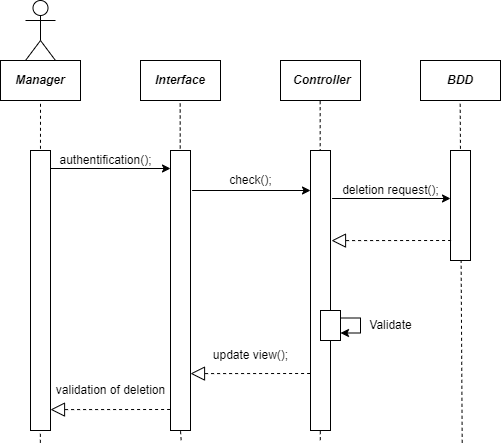
Above: Diagrammes/diag séquence personnel delete.png in pierre1316/Projet-POO-CPP-CLI (draw.io), before the change. Source tidied: cells renumbered, new cells last; positions are measured from the earlier drawing's top-left corner, leaving out a move shared by most shapes.
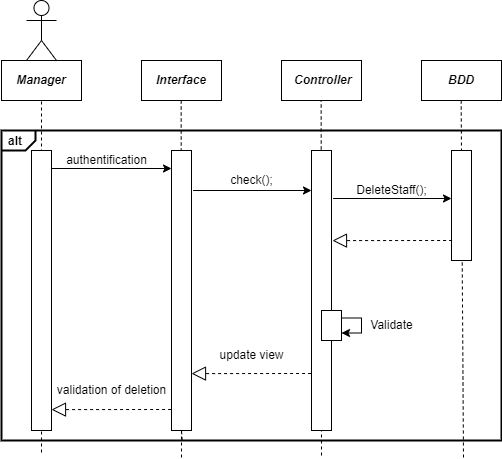
Above is the later version.

Diff of the diagram source:
```diff
@@ -2,6 +2,9 @@
   <root>
     <mxCell id="0" />
     <mxCell id="1" parent="0" />
+    <mxCell id="30" value="&lt;p style=&quot;margin:0px;margin-top:4px;margin-left:7px;text-align:left;&quot;&gt;&lt;b&gt;alt&lt;/b&gt;&lt;/p&gt;" style="html=1;shape=mxgraph.sysml.package;overflow=fill;labelX=34.4;strokeWidth=2;align=center;fillColor=none;" parent="1" vertex="1">
+      <mxGeometry y="130" width="500" height="310" as="geometry" />
+    </mxCell>
     <mxCell id="2" value="&lt;p style=&quot;margin:13px;&quot;&gt;&lt;b&gt;&lt;i&gt;Manager&lt;/i&gt;&lt;/b&gt;&lt;/p&gt;" style="shape=rect;html=1;overflow=fill;whiteSpace=wrap;align=center;fillColor=none;" parent="1" vertex="1">
       <mxGeometry y="60" width="80" height="40" as="geometry" />
     </mxCell>
@@ -14,19 +17,20 @@
     <mxCell id="5" value="&lt;p style=&quot;margin:13px;&quot;&gt;&lt;b&gt;&lt;i&gt;Controller&lt;/i&gt;&lt;/b&gt;&lt;/p&gt;" style="shape=rect;html=1;overflow=fill;whiteSpace=wrap;align=center;fillColor=none;" parent="1" vertex="1">
       <mxGeometry x="280" y="60" width="80" height="40" as="geometry" />
     </mxCell>
-    <mxCell id="6" style="endArrow=none;dashed=1;html=1;rounded=0;entryX=0.5;entryY=1;entryDx=0;entryDy=0;exitX=0.127;exitY=1.007;exitDx=0;exitDy=0;exitPerimeter=0;" parent="1" edge="1" target="2">
+    <mxCell id="6" style="endArrow=none;dashed=1;html=1;rounded=0;entryX=0.5;entryY=1;entryDx=0;entryDy=0;" parent="1" edge="1" target="2">
       <mxGeometry relative="1" as="geometry">
-        <mxPoint x="39.8" y="442.3" as="sourcePoint" />
+        <mxPoint x="40" y="452" as="sourcePoint" />
       </mxGeometry>
     </mxCell>
-    <mxCell id="7" style="endArrow=none;dashed=1;html=1;rounded=0;entryX=0.5;entryY=1;entryDx=0;entryDy=0;exitX=0.5;exitY=1;exitDx=0;exitDy=0;startArrow=none;" parent="1" edge="1" source="10">
+    <mxCell id="7" style="endArrow=none;dashed=1;html=1;rounded=0;entryX=0.5;entryY=1;entryDx=0;entryDy=0;startArrow=none;" parent="1" edge="1">
       <mxGeometry relative="1" as="geometry">
+        <mxPoint x="180" y="457" as="sourcePoint" />
         <mxPoint x="179.7" y="100" as="targetPoint" />
       </mxGeometry>
     </mxCell>
-    <mxCell id="8" style="endArrow=none;dashed=1;html=1;rounded=0;entryX=0.5;entryY=1;entryDx=0;entryDy=0;exitX=0.636;exitY=0.999;exitDx=0;exitDy=0;exitPerimeter=0;" parent="1" edge="1">
+    <mxCell id="8" style="endArrow=none;dashed=1;html=1;rounded=0;entryX=0.5;entryY=1;entryDx=0;entryDy=0;" parent="1" edge="1">
       <mxGeometry relative="1" as="geometry">
-        <mxPoint x="319.8" y="439.7" as="sourcePoint" />
+        <mxPoint x="320" y="455" as="sourcePoint" />
         <mxPoint x="319.7" y="100" as="targetPoint" />
       </mxGeometry>
     </mxCell>
@@ -50,8 +54,8 @@
         <mxPoint x="170" y="168" as="targetPoint" />
       </mxGeometry>
     </mxCell>
-    <mxCell id="14" value="authentification();" style="text;html=1;align=center;verticalAlign=middle;strokeColor=none;fillColor=none;" parent="1" vertex="1">
-      <mxGeometry x="50" y="150" width="110" height="20" as="geometry" />
+    <mxCell id="14" value="authentification" style="text;html=1;align=center;verticalAlign=middle;strokeColor=none;fillColor=none;" parent="1" vertex="1">
+      <mxGeometry x="55" y="145" width="100" height="30" as="geometry" />
     </mxCell>
     <mxCell id="15" style="edgeStyle=none;html=1;endSize=12;endArrow=block;endFill=0;dashed=1;rounded=0;exitX=-0.02;exitY=0.163;exitDx=0;exitDy=0;exitPerimeter=0;" parent="1" edge="1">
       <mxGeometry relative="1" as="geometry">
@@ -68,8 +72,8 @@
         <mxPoint x="450" y="198" as="targetPoint" />
       </mxGeometry>
     </mxCell>
-    <mxCell id="18" value="deletion request();" style="text;html=1;align=center;verticalAlign=middle;strokeColor=none;fillColor=none;" parent="1" vertex="1">
-      <mxGeometry x="335" y="180" width="110" height="20" as="geometry" />
+    <mxCell id="18" value="DeleteStaff();" style="text;html=1;align=center;verticalAlign=middle;strokeColor=none;fillColor=none;" parent="1" vertex="1">
+      <mxGeometry x="345" y="175" width="90" height="30" as="geometry" />
     </mxCell>
     <mxCell id="19" style="endArrow=classic;html=1;rounded=0;exitX=1.1;exitY=0.035;exitDx=0;exitDy=0;exitPerimeter=0;entryX=0.02;entryY=0.035;entryDx=0;entryDy=0;entryPerimeter=0;" parent="1" edge="1">
       <mxGeometry relative="1" as="geometry">
@@ -86,9 +90,9 @@
     <mxCell id="21" value="&lt;p style=&quot;margin:13px;&quot;&gt;&lt;b&gt;&lt;i&gt;BDD&lt;/i&gt;&lt;/b&gt;&lt;/p&gt;" style="shape=rect;html=1;overflow=fill;whiteSpace=wrap;align=center;fillColor=none;" parent="1" vertex="1">
       <mxGeometry x="420" y="60" width="80" height="40" as="geometry" />
     </mxCell>
-    <mxCell id="22" style="endArrow=none;dashed=1;html=1;rounded=0;entryX=0.5;entryY=1;entryDx=0;entryDy=0;exitX=0.894;exitY=1.007;exitDx=0;exitDy=0;exitPerimeter=0;" parent="1" edge="1">
+    <mxCell id="22" style="endArrow=none;dashed=1;html=1;rounded=0;entryX=0.5;entryY=1;entryDx=0;entryDy=0;" parent="1" edge="1">
       <mxGeometry relative="1" as="geometry">
-        <mxPoint x="461.7" y="442.3" as="sourcePoint" />
+        <mxPoint x="462" y="457" as="sourcePoint" />
         <mxPoint x="459.7" y="100" as="targetPoint" />
       </mxGeometry>
     </mxCell>
@@ -104,8 +108,8 @@
         <mxPoint x="331" y="240.1" as="targetPoint" />
       </mxGeometry>
     </mxCell>
-    <mxCell id="26" value="update view();" style="text;html=1;align=center;verticalAlign=middle;strokeColor=none;fillColor=none;" parent="1" vertex="1">
-      <mxGeometry x="205" y="345" width="90" height="20" as="geometry" />
+    <mxCell id="26" value="update view" style="text;html=1;align=center;verticalAlign=middle;strokeColor=none;fillColor=none;" parent="1" vertex="1">
+      <mxGeometry x="205" y="340" width="90" height="30" as="geometry" />
     </mxCell>
     <mxCell id="27" style="rounded=0;whiteSpace=wrap;html=1;fillColor=default;" parent="1" vertex="1">
       <mxGeometry x="320" y="310" width="20" height="30" as="geometry" />
```
